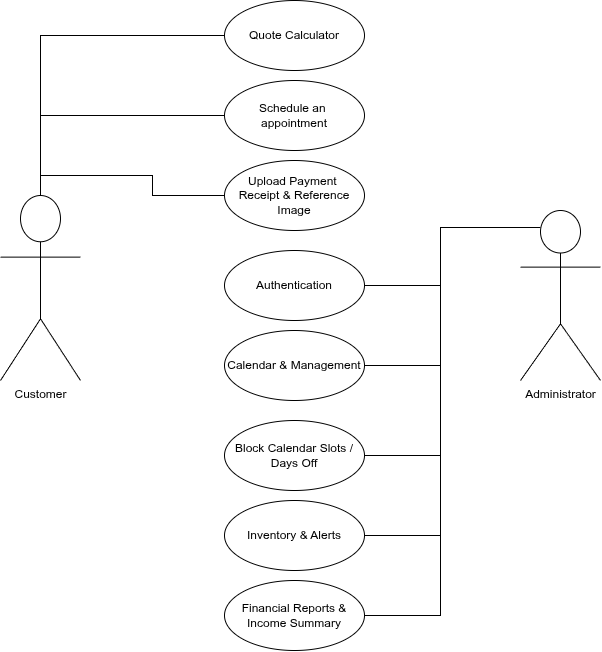
Above: docs/casosDeUso.png in DiegoSalas134/LenoirStudio (draw.io), before the change. Source tidied: cells renumbered, new cells last; positions are measured from the earlier drawing's top-left corner, leaving out a move shared by most shapes.
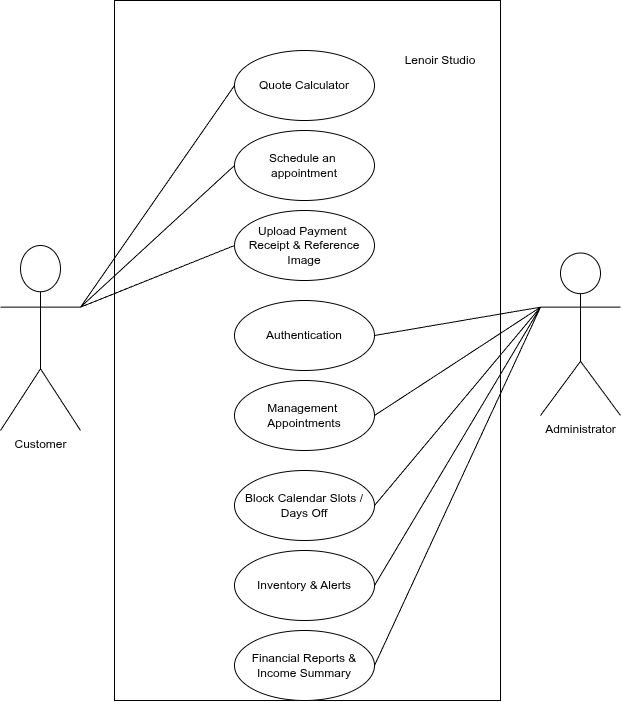
After the change.

Commit message:
docs: update use case diagram and requirements

The edit, as a diff of the source:
```diff
@@ -2,61 +2,14 @@
   <root>
     <mxCell id="0" />
     <mxCell id="1" parent="0" />
-    <mxCell id="2" style="edgeStyle=orthogonalEdgeStyle;rounded=0;jettySize=auto;html=1;exitX=0.5;exitY=0;exitDx=0;exitDy=0;exitPerimeter=0;entryX=0;entryY=0.5;entryDx=0;entryDy=0;endArrow=none;endFill=0;" parent="1" edge="1" source="5" target="12">
-      <mxGeometry relative="1" as="geometry" />
-    </mxCell>
-    <mxCell id="3" style="edgeStyle=orthogonalEdgeStyle;rounded=0;jettySize=auto;html=1;exitX=0.5;exitY=0;exitDx=0;exitDy=0;exitPerimeter=0;entryX=0;entryY=0.5;entryDx=0;entryDy=0;endArrow=none;endFill=0;" parent="1" edge="1" source="5" target="13">
-      <mxGeometry relative="1" as="geometry" />
-    </mxCell>
-    <mxCell id="4" style="edgeStyle=orthogonalEdgeStyle;rounded=0;jettySize=auto;html=1;exitX=0.5;exitY=0;exitDx=0;exitDy=0;exitPerimeter=0;entryX=0;entryY=0.5;entryDx=0;entryDy=0;endArrow=none;endFill=0;" parent="1" edge="1" source="5" target="14">
-      <mxGeometry relative="1" as="geometry" />
-    </mxCell>
+    <mxCell id="20" style="rounded=0;whiteSpace=wrap;html=1;" parent="1" vertex="1">
+      <mxGeometry x="104" y="-50" width="386" height="700" as="geometry" />
+    </mxCell>
     <mxCell id="5" value="Customer" style="shape=umlActor;verticalLabelPosition=bottom;verticalAlign=top;html=1;" parent="1" vertex="1">
-      <mxGeometry y="195" width="80" height="185" as="geometry" />
+      <mxGeometry x="-10" y="195" width="80" height="185" as="geometry" />
     </mxCell>
-    <mxCell id="6" style="edgeStyle=orthogonalEdgeStyle;rounded=0;jettySize=auto;html=1;exitX=0.25;exitY=0.1;exitDx=0;exitDy=0;exitPerimeter=0;entryX=1;entryY=0.5;entryDx=0;entryDy=0;endArrow=none;endFill=0;" parent="1" edge="1" source="11" target="15">
-      <mxGeometry relative="1" as="geometry">
-        <Array as="points">
-          <mxPoint x="440" y="227" />
-          <mxPoint x="440" y="285" />
-        </Array>
-      </mxGeometry>
-    </mxCell>
-    <mxCell id="7" style="edgeStyle=orthogonalEdgeStyle;rounded=0;jettySize=auto;html=1;exitX=0.25;exitY=0.1;exitDx=0;exitDy=0;exitPerimeter=0;entryX=1;entryY=0.5;entryDx=0;entryDy=0;endArrow=none;endFill=0;" parent="1" edge="1" source="11" target="16">
-      <mxGeometry relative="1" as="geometry">
-        <Array as="points">
-          <mxPoint x="440" y="227" />
-          <mxPoint x="440" y="365" />
-        </Array>
-      </mxGeometry>
-    </mxCell>
-    <mxCell id="8" style="edgeStyle=orthogonalEdgeStyle;rounded=0;jettySize=auto;html=1;entryX=1;entryY=0.5;entryDx=0;entryDy=0;endArrow=none;endFill=0;" parent="1" edge="1" target="17">
-      <mxGeometry relative="1" as="geometry">
-        <mxPoint x="530" y="227" as="sourcePoint" />
-        <Array as="points">
-          <mxPoint x="440" y="227" />
-          <mxPoint x="440" y="455" />
-        </Array>
-      </mxGeometry>
-    </mxCell>
-    <mxCell id="9" style="edgeStyle=orthogonalEdgeStyle;rounded=0;jettySize=auto;html=1;exitX=0.25;exitY=0.1;exitDx=0;exitDy=0;exitPerimeter=0;entryX=1;entryY=0.5;entryDx=0;entryDy=0;endArrow=none;endFill=0;" parent="1" edge="1" source="11" target="18">
-      <mxGeometry relative="1" as="geometry">
-        <Array as="points">
-          <mxPoint x="440" y="227" />
-          <mxPoint x="440" y="535" />
-        </Array>
-      </mxGeometry>
-    </mxCell>
-    <mxCell id="10" style="edgeStyle=orthogonalEdgeStyle;rounded=0;jettySize=auto;html=1;exitX=0.25;exitY=0.1;exitDx=0;exitDy=0;exitPerimeter=0;entryX=1;entryY=0.5;entryDx=0;entryDy=0;endArrow=none;endFill=0;" parent="1" edge="1" source="11" target="19">
-      <mxGeometry relative="1" as="geometry">
-        <Array as="points">
-          <mxPoint x="440" y="227" />
-          <mxPoint x="440" y="615" />
-        </Array>
-      </mxGeometry>
-    </mxCell>
     <mxCell id="11" value="Administrator&lt;div&gt;&lt;br&gt;&lt;/div&gt;" style="shape=umlActor;verticalLabelPosition=bottom;verticalAlign=top;html=1;" parent="1" vertex="1">
-      <mxGeometry x="520" y="210" width="80" height="170" as="geometry" />
+      <mxGeometry x="530" y="202.5" width="80" height="162.5" as="geometry" />
     </mxCell>
     <mxCell id="12" value="Quote Calculator" style="ellipse;whiteSpace=wrap;html=1;" parent="1" vertex="1">
       <mxGeometry x="224" width="140" height="70" as="geometry" />
@@ -70,7 +23,7 @@
     <mxCell id="15" value="&lt;div&gt;Authentication&lt;/div&gt;" style="ellipse;whiteSpace=wrap;html=1;" parent="1" vertex="1">
       <mxGeometry x="224" y="250" width="140" height="70" as="geometry" />
     </mxCell>
-    <mxCell id="16" value="&lt;div&gt;Calendar &amp;amp; Management&lt;/div&gt;" style="ellipse;whiteSpace=wrap;html=1;" parent="1" vertex="1">
+    <mxCell id="16" value="&lt;div&gt;Management&amp;nbsp;&lt;/div&gt;&lt;div&gt;Appointments&lt;/div&gt;" style="ellipse;whiteSpace=wrap;html=1;" parent="1" vertex="1">
       <mxGeometry x="224" y="330" width="140" height="70" as="geometry" />
     </mxCell>
     <mxCell id="17" value="&lt;div&gt;Block Calendar Slots / Days Off&lt;/div&gt;" style="ellipse;whiteSpace=wrap;html=1;" parent="1" vertex="1">
@@ -82,5 +35,32 @@
     <mxCell id="19" value="&lt;div&gt;Financial Reports &amp;amp; Income Summary&lt;/div&gt;" style="ellipse;whiteSpace=wrap;html=1;" parent="1" vertex="1">
       <mxGeometry x="224" y="580" width="140" height="70" as="geometry" />
     </mxCell>
+    <mxCell id="21" value="Lenoir Studio" style="text;html=1;whiteSpace=wrap;strokeColor=none;fillColor=none;align=center;verticalAlign=middle;rounded=0;" parent="1" vertex="1">
+      <mxGeometry x="360" y="-50" width="140" height="120" as="geometry" />
+    </mxCell>
+    <mxCell id="2" style="endArrow=none;html=1;rounded=0;entryX=0;entryY=0.5;entryDx=0;entryDy=0;exitX=1;exitY=0.3333333333333333;exitDx=0;exitDy=0;exitPerimeter=0;" parent="1" edge="1" source="5" target="12">
+      <mxGeometry relative="1" as="geometry" />
+    </mxCell>
+    <mxCell id="3" style="endArrow=none;html=1;rounded=0;entryX=0;entryY=0.5;entryDx=0;entryDy=0;exitX=1;exitY=0.3333333333333333;exitDx=0;exitDy=0;exitPerimeter=0;" parent="1" edge="1" source="5" target="13">
+      <mxGeometry relative="1" as="geometry" />
+    </mxCell>
+    <mxCell id="4" style="endArrow=none;html=1;rounded=0;entryX=0;entryY=0.5;entryDx=0;entryDy=0;exitX=1;exitY=0.3333333333333333;exitDx=0;exitDy=0;exitPerimeter=0;" parent="1" edge="1" source="5" target="14">
+      <mxGeometry relative="1" as="geometry" />
+    </mxCell>
+    <mxCell id="6" style="endArrow=none;html=1;rounded=0;entryX=1;entryY=0.5;entryDx=0;entryDy=0;exitX=0;exitY=0.3333333333333333;exitDx=0;exitDy=0;exitPerimeter=0;" parent="1" edge="1" source="11" target="15">
+      <mxGeometry relative="1" as="geometry" />
+    </mxCell>
+    <mxCell id="22" style="endArrow=none;html=1;rounded=0;exitX=1;exitY=0.5;exitDx=0;exitDy=0;entryX=0;entryY=0.3333333333333333;entryDx=0;entryDy=0;entryPerimeter=0;" parent="1" edge="1" source="16" target="11">
+      <mxGeometry relative="1" as="geometry" />
+    </mxCell>
+    <mxCell id="23" style="endArrow=none;html=1;rounded=0;entryX=1;entryY=0.5;entryDx=0;entryDy=0;exitX=0;exitY=0.3333333333333333;exitDx=0;exitDy=0;exitPerimeter=0;" parent="1" edge="1" source="11" target="17">
+      <mxGeometry relative="1" as="geometry" />
+    </mxCell>
+    <mxCell id="9" style="endArrow=none;html=1;rounded=0;entryX=1;entryY=0.5;entryDx=0;entryDy=0;exitX=0;exitY=0.3333333333333333;exitDx=0;exitDy=0;exitPerimeter=0;" parent="1" edge="1" source="11" target="18">
+      <mxGeometry relative="1" as="geometry" />
+    </mxCell>
+    <mxCell id="10" style="endArrow=none;html=1;rounded=0;entryX=1;entryY=0.5;entryDx=0;entryDy=0;exitX=0;exitY=0.3333333333333333;exitDx=0;exitDy=0;exitPerimeter=0;" parent="1" edge="1" source="11" target="19">
+      <mxGeometry relative="1" as="geometry" />
+    </mxCell>
   </root>
 </mxGraphModel>
```
